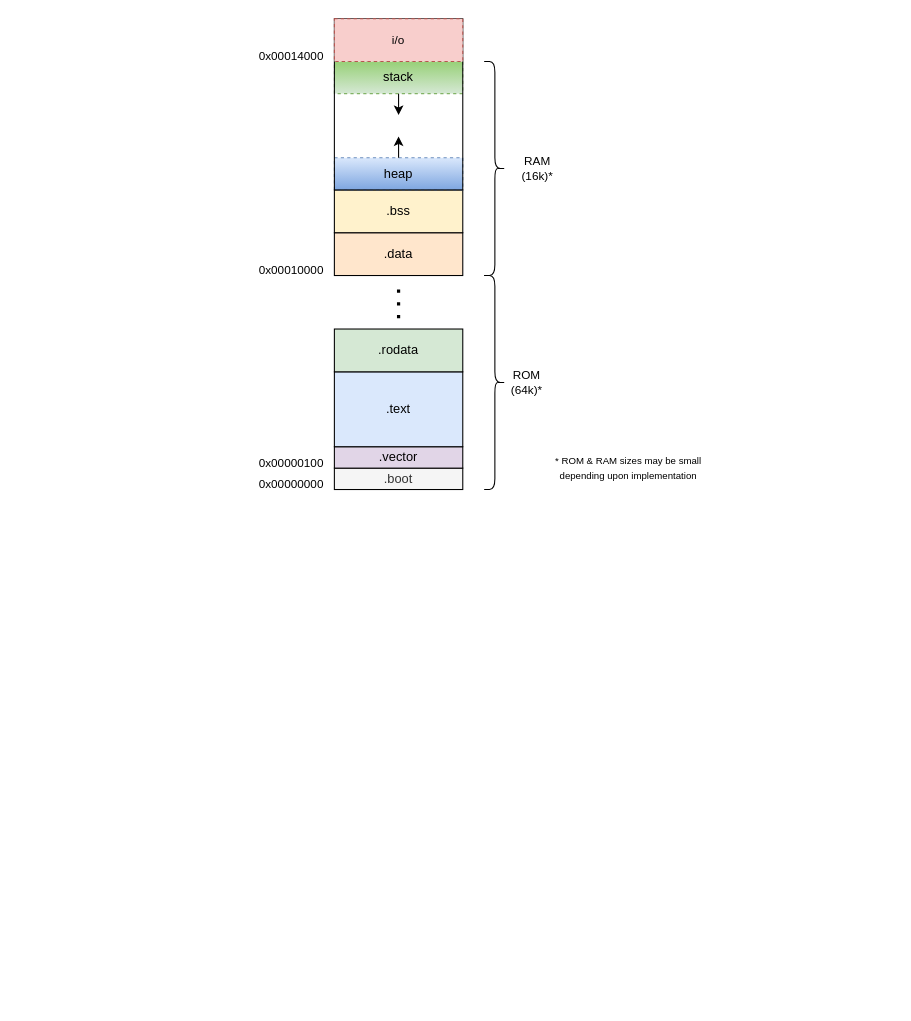
saursin/riscv-atom keeps this draw.io diagram as docs/diagrams/memory_map.drawio. Above is the earlier version. Source tidied: cells renumbered, new cells numbered last; positions are measured from the earlier drawing's top-left corner, leaving out a move shared by most shapes. Both pictures are drawn from the tidied source at 107%, with x=0, y=0 at pixel (259, 18).
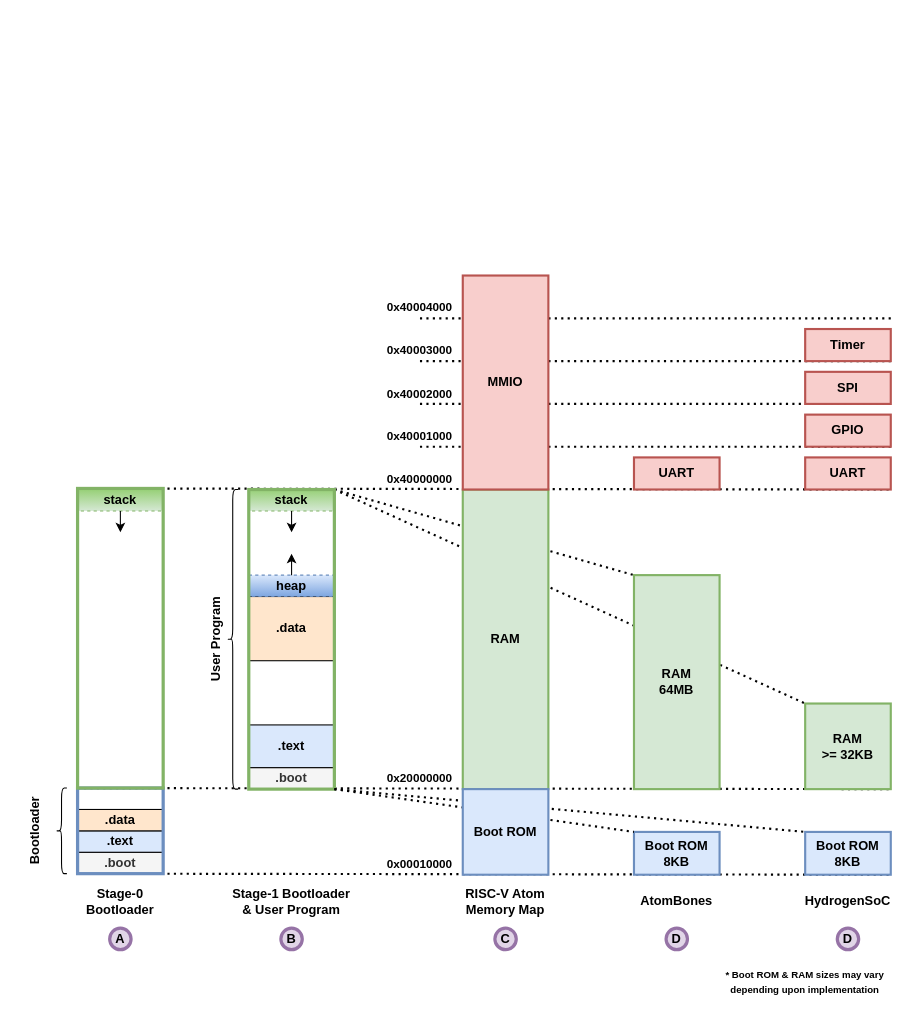
After the change.

Change to the diagram source:
```diff
@@
+    <mxCell id="13" value="&lt;font style=&quot;font-size: 11px;&quot;&gt;0x00010000&lt;/font&gt;" style="text;html=1;strokeColor=none;fillColor=none;align=center;verticalAlign=middle;whiteSpace=wrap;rounded=0;dashed=1;fontSize=11;fontStyle=1;" parent="1" vertex="1">
+      <mxGeometry x="120" y="780" width="60" height="20" as="geometry" />
+    </mxCell>
+    <mxCell id="15" value="&lt;font style=&quot;font-size: 11px&quot;&gt;0x40001000&lt;/font&gt;" style="text;html=1;strokeColor=none;fillColor=none;align=center;verticalAlign=middle;whiteSpace=wrap;rounded=0;dashed=1;fontStyle=1;" parent="1" vertex="1">
+      <mxGeometry x="120" y="380" width="60" height="19" as="geometry" />
+    </mxCell>
+    <mxCell id="23" value="&lt;font style=&quot;font-size: 9px&quot;&gt;* Boot ROM &amp;amp; RAM sizes may vary depending upon implementation&lt;/font&gt;" style="text;html=1;strokeColor=none;fillColor=none;align=center;verticalAlign=middle;whiteSpace=wrap;rounded=0;fontSize=11;fontStyle=1;" parent="1" vertex="1">
+      <mxGeometry x="430" y="880" width="160" height="40" as="geometry" />
+    </mxCell>
+    <mxCell id="24" value="&lt;font style=&quot;font-size: 11px;&quot;&gt;0x20000000&lt;/font&gt;" style="text;html=1;strokeColor=none;fillColor=none;align=center;verticalAlign=middle;whiteSpace=wrap;rounded=0;dashed=1;fontSize=11;fontStyle=1;" parent="1" vertex="1">
+      <mxGeometry x="120" y="700" width="60" height="20" as="geometry" />
+    </mxCell>
+    <mxCell id="25" value="&lt;font style=&quot;font-size: 11px;&quot;&gt;0x40000000&lt;/font&gt;" style="text;html=1;strokeColor=none;fillColor=none;align=center;verticalAlign=middle;whiteSpace=wrap;rounded=0;dashed=1;fontSize=11;fontStyle=1;" parent="1" vertex="1">
+      <mxGeometry x="120" y="420" width="60" height="19" as="geometry" />
+    </mxCell>
+    <mxCell id="26" style="endArrow=none;dashed=1;html=1;strokeWidth=2;rounded=0;entryX=1;entryY=1;entryDx=0;entryDy=0;dashPattern=1 2;exitX=0;exitY=1;exitDx=0;exitDy=0;fontStyle=1;" parent="1" edge="1" source="55" target="47">
+      <mxGeometry relative="1" as="geometry" />
+    </mxCell>
+    <mxCell id="27" style="endArrow=none;dashed=1;html=1;strokeWidth=2;rounded=0;entryX=1;entryY=1;entryDx=0;entryDy=0;exitX=0;exitY=0;exitDx=0;exitDy=0;dashPattern=1 2;fontStyle=1;" parent="1" edge="1" source="66" target="48">
+      <mxGeometry relative="1" as="geometry" />
+    </mxCell>
+    <mxCell id="28" value="Boot ROM&lt;br&gt;8KB" style="rounded=0;whiteSpace=wrap;html=1;fillColor=#dae8fc;strokeColor=#6c8ebf;strokeWidth=2;fontStyle=1;" parent="1" vertex="1">
+      <mxGeometry x="350" y="760" width="80" height="40" as="geometry" />
+    </mxCell>
+    <mxCell id="29" value="UART" style="rounded=0;whiteSpace=wrap;html=1;fillColor=#f8cecc;strokeColor=#b85450;strokeWidth=2;fontStyle=1;" parent="1" vertex="1">
+      <mxGeometry x="350" y="410" width="80" height="30" as="geometry" />
+    </mxCell>
+    <mxCell id="30" value="AtomBones" style="text;html=1;strokeColor=none;fillColor=none;align=center;verticalAlign=middle;whiteSpace=wrap;rounded=0;fontStyle=1;" parent="1" vertex="1">
+      <mxGeometry x="350" y="810" width="80" height="30" as="geometry" />
+    </mxCell>
+    <mxCell id="31" value="HydrogenSoC" style="text;html=1;strokeColor=none;fillColor=none;align=center;verticalAlign=middle;whiteSpace=wrap;rounded=0;fontStyle=1;" parent="1" vertex="1">
+      <mxGeometry x="510" y="810" width="80" height="30" as="geometry" />
+    </mxCell>
+    <mxCell id="32" value="RISC-V Atom&lt;br&gt;Memory Map" style="text;html=1;strokeColor=none;fillColor=none;align=center;verticalAlign=middle;whiteSpace=wrap;rounded=0;fontStyle=1;" parent="1" vertex="1">
+      <mxGeometry x="190" y="810" width="80" height="30" as="geometry" />
+    </mxCell>
+    <mxCell id="33" style="endArrow=none;dashed=1;html=1;strokeWidth=2;rounded=0;entryX=1;entryY=1;entryDx=0;entryDy=0;exitX=0;exitY=1;exitDx=0;exitDy=0;dashPattern=1 2;fontStyle=1;" parent="1" edge="1" source="66" target="34">
+      <mxGeometry relative="1" as="geometry" />
+    </mxCell>
+    <mxCell id="34" value="RAM&lt;br&gt;&amp;gt;= 32KB" style="rounded=0;whiteSpace=wrap;html=1;fillColor=#d5e8d4;strokeColor=#82b366;strokeWidth=2;fontStyle=1;" parent="1" vertex="1">
+      <mxGeometry x="510" y="640" width="80" height="80" as="geometry" />
+    </mxCell>
+    <mxCell id="4" value=".text" style="rounded=0;whiteSpace=wrap;html=1;fillColor=#dae8fc;fontStyle=1;" parent="1" vertex="1">
+      <mxGeometry x="-10" y="660" width="80" height="40" as="geometry" />
+    </mxCell>
-    <mxCell id="2" value=".boot" style="rounded=0;whiteSpace=wrap;html=1;fillColor=#f5f5f5;fontColor=#333333;" parent="1" vertex="1">
-      <mxGeometry x="70" y="420" width="120" height="20" as="geometry" />
+    <mxCell id="2" value=".boot" style="rounded=0;whiteSpace=wrap;html=1;fillColor=#f5f5f5;fontColor=#333333;fontStyle=1;" parent="1" vertex="1">
+      <mxGeometry x="-10" y="700" width="80" height="20" as="geometry" />
     </mxCell>
-    <mxCell id="3" value=".vector" style="rounded=0;whiteSpace=wrap;html=1;fillColor=#e1d5e7;" parent="1" vertex="1">
-      <mxGeometry x="70" y="400" width="120" height="20" as="geometry" />
-    </mxCell>
-    <mxCell id="4" value=".text" style="rounded=0;whiteSpace=wrap;html=1;fillColor=#dae8fc;" parent="1" vertex="1">
-      <mxGeometry x="70" y="330" width="120" height="70" as="geometry" />
-    </mxCell>
-    <mxCell id="5" value=".rodata" style="rounded=0;whiteSpace=wrap;html=1;fillColor=#d5e8d4;" parent="1" vertex="1">
-      <mxGeometry x="70" y="290" width="120" height="40" as="geometry" />
-    </mxCell>
-    <mxCell id="6" value=".data" style="rounded=0;whiteSpace=wrap;html=1;fillColor=#ffe6cc;" parent="1" vertex="1">
-      <mxGeometry x="70" y="200" width="120" height="40" as="geometry" />
+    <mxCell id="6" value=".data" style="rounded=0;whiteSpace=wrap;html=1;fillColor=#ffe6cc;fontStyle=1;" parent="1" vertex="1">
+      <mxGeometry x="-10" y="540" width="80" height="60" as="geometry" />
     </mxCell>
-    <mxCell id="7" value=".bss" style="rounded=0;whiteSpace=wrap;html=1;fillColor=#fff2cc;" parent="1" vertex="1">
-      <mxGeometry x="70" y="160" width="120" height="40" as="geometry" />
-    </mxCell>
+    <mxCell id="9" value="stack" style="rounded=0;whiteSpace=wrap;html=1;dashed=1;gradientColor=#97d077;fillColor=#d5e8d4;strokeColor=#82b366;gradientDirection=north;fontStyle=1;" parent="1" vertex="1">
+      <mxGeometry x="-10" y="440" width="80" height="20" as="geometry" />
+    </mxCell>
+    <mxCell id="12" style="endArrow=classic;html=1;exitX=0.5;exitY=1;exitDx=0;exitDy=0;fontStyle=1;" parent="1" edge="1" source="9">
+      <mxGeometry relative="1" as="geometry">
+        <mxPoint x="30" y="480" as="targetPoint" />
+      </mxGeometry>
+    </mxCell>
-    <mxCell id="8" value="heap" style="rounded=0;whiteSpace=wrap;html=1;dashed=1;gradientColor=#7ea6e0;fillColor=#dae8fc;strokeColor=#6c8ebf;" parent="1" vertex="1">
-      <mxGeometry x="70" y="130" width="120" height="30" as="geometry" />
+    <mxCell id="8" value="heap" style="rounded=0;whiteSpace=wrap;html=1;dashed=1;gradientColor=#7ea6e0;fillColor=#dae8fc;strokeColor=#6c8ebf;fontStyle=1;" parent="1" vertex="1">
+      <mxGeometry x="-10" y="520" width="80" height="20" as="geometry" />
     </mxCell>
-    <mxCell id="9" value="stack" style="rounded=0;whiteSpace=wrap;html=1;dashed=1;gradientColor=#97d077;fillColor=#d5e8d4;strokeColor=#82b366;gradientDirection=north;" parent="1" vertex="1">
-      <mxGeometry x="70" y="40" width="120" height="30" as="geometry" />
-    </mxCell>
-    <mxCell id="10" style="rounded=0;whiteSpace=wrap;html=1;fillColor=none;" parent="1" vertex="1">
-      <mxGeometry x="70" width="120" height="160" as="geometry" />
-    </mxCell>
-    <mxCell id="11" style="endArrow=classic;html=1;exitX=0.5;exitY=0;exitDx=0;exitDy=0;" parent="1" edge="1" source="8">
+    <mxCell id="11" style="endArrow=classic;html=1;exitX=0.5;exitY=0;exitDx=0;exitDy=0;fontStyle=1;" parent="1" edge="1" source="8">
       <mxGeometry relative="1" as="geometry">
-        <mxPoint x="130" y="110" as="targetPoint" />
+        <mxPoint x="30" y="500" as="targetPoint" />
       </mxGeometry>
     </mxCell>
-    <mxCell id="12" style="endArrow=classic;html=1;exitX=0.5;exitY=1;exitDx=0;exitDy=0;" parent="1" edge="1" source="9">
-      <mxGeometry relative="1" as="geometry">
-        <mxPoint x="130" y="90" as="targetPoint" />
-      </mxGeometry>
-    </mxCell>
-    <mxCell id="13" value="&lt;font style=&quot;font-size: 11px;&quot;&gt;0x00000000&lt;/font&gt;" style="text;html=1;strokeColor=none;fillColor=none;align=center;verticalAlign=middle;whiteSpace=wrap;rounded=0;dashed=1;fontSize=11;" parent="1" vertex="1">
-      <mxGeometry y="430" width="60" height="10" as="geometry" />
-    </mxCell>
-    <mxCell id="14" value="&lt;font style=&quot;font-size: 11px;&quot;&gt;0x00000100&lt;/font&gt;" style="text;html=1;strokeColor=none;fillColor=none;align=center;verticalAlign=middle;whiteSpace=wrap;rounded=0;dashed=1;fontSize=11;" parent="1" vertex="1">
-      <mxGeometry y="410" width="60" height="10" as="geometry" />
-    </mxCell>
-    <mxCell id="15" value="&lt;font style=&quot;font-size: 11px&quot;&gt;0x00010000&lt;/font&gt;" style="text;html=1;strokeColor=none;fillColor=none;align=center;verticalAlign=middle;whiteSpace=wrap;rounded=0;dashed=1;" parent="1" vertex="1">
-      <mxGeometry y="230" width="60" height="10" as="geometry" />
-    </mxCell>
-    <mxCell id="16" value="&lt;font style=&quot;font-size: 11px&quot;&gt;0x00014000&lt;/font&gt;" style="text;html=1;strokeColor=none;fillColor=none;align=center;verticalAlign=middle;whiteSpace=wrap;rounded=0;dashed=1;" parent="1" vertex="1">
-      <mxGeometry y="30" width="60" height="10" as="geometry" />
-    </mxCell>
-    <mxCell id="17" style="endArrow=none;dashed=1;html=1;dashPattern=1 3;strokeWidth=3;fontSize=11;" parent="1" edge="1">
-      <mxGeometry relative="1" as="geometry">
-        <mxPoint x="130" y="280" as="sourcePoint" />
-        <mxPoint x="130" y="250" as="targetPoint" />
-      </mxGeometry>
-    </mxCell>
-    <mxCell id="18" value="i/o" style="rounded=0;whiteSpace=wrap;html=1;dashed=1;fontSize=11;strokeColor=#b85450;fillColor=#f8cecc;" parent="1" vertex="1">
-      <mxGeometry x="70" width="120" height="40" as="geometry" />
-    </mxCell>
-    <mxCell id="19" style="shape=curlyBracket;whiteSpace=wrap;html=1;rounded=1;flipH=1;fontSize=11;strokeColor=#000000;fillColor=none;" parent="1" vertex="1">
-      <mxGeometry x="210" y="240" width="20" height="200" as="geometry" />
-    </mxCell>
-    <mxCell id="20" style="shape=curlyBracket;whiteSpace=wrap;html=1;rounded=1;flipH=1;fontSize=11;strokeColor=#000000;fillColor=none;" parent="1" vertex="1">
-      <mxGeometry x="210" y="40" width="20" height="200" as="geometry" />
-    </mxCell>
-    <mxCell id="21" value="RAM (16k)*" style="text;html=1;strokeColor=none;fillColor=none;align=center;verticalAlign=middle;whiteSpace=wrap;rounded=0;fontSize=11;" parent="1" vertex="1">
-      <mxGeometry x="240" y="130" width="40" height="20" as="geometry" />
-    </mxCell>
-    <mxCell id="22" value="ROM (64k)*" style="text;html=1;strokeColor=none;fillColor=none;align=center;verticalAlign=middle;whiteSpace=wrap;rounded=0;fontSize=11;" parent="1" vertex="1">
-      <mxGeometry x="230" y="330" width="40" height="20" as="geometry" />
-    </mxCell>
-    <mxCell id="23" value="&lt;font style=&quot;font-size: 9px&quot;&gt;* ROM &amp;amp; RAM sizes may be small depending upon implementation&lt;/font&gt;" style="text;html=1;strokeColor=none;fillColor=none;align=center;verticalAlign=middle;whiteSpace=wrap;rounded=0;fontSize=11;" parent="1" vertex="1">
-      <mxGeometry x="270" y="400" width="150" height="40" as="geometry" />
-    </mxCell>
+    <mxCell id="35" style="endArrow=none;dashed=1;html=1;dashPattern=1 2;strokeWidth=2;rounded=0;exitX=1;exitY=0;exitDx=0;exitDy=0;entryX=0;entryY=0;entryDx=0;entryDy=0;fontStyle=1;" parent="1" edge="1" source="9" target="38">
+      <mxGeometry relative="1" as="geometry" />
+    </mxCell>
+    <mxCell id="36" style="endArrow=none;dashed=1;html=1;dashPattern=1 2;strokeWidth=2;rounded=0;entryX=0;entryY=0;entryDx=0;entryDy=0;exitX=1;exitY=0;exitDx=0;exitDy=0;fontStyle=1;" parent="1" edge="1" source="9" target="34">
+      <mxGeometry relative="1" as="geometry" />
+    </mxCell>
+    <mxCell id="37" value="RAM" style="rounded=0;whiteSpace=wrap;html=1;fillColor=#d5e8d4;strokeColor=#82b366;strokeWidth=2;fontStyle=1;" parent="1" vertex="1">
+      <mxGeometry x="190" y="440" width="80" height="280" as="geometry" />
+    </mxCell>
+    <mxCell id="38" value="RAM&lt;br&gt;64MB" style="rounded=0;whiteSpace=wrap;html=1;fillColor=#d5e8d4;strokeColor=#82b366;strokeWidth=2;fontStyle=1;" parent="1" vertex="1">
+      <mxGeometry x="350" y="520" width="80" height="200" as="geometry" />
+    </mxCell>
+    <mxCell id="39" value="&lt;font style=&quot;font-size: 11px&quot;&gt;0x40002000&lt;/font&gt;" style="text;html=1;strokeColor=none;fillColor=none;align=center;verticalAlign=middle;whiteSpace=wrap;rounded=0;dashed=1;fontStyle=1;" parent="1" vertex="1">
+      <mxGeometry x="120" y="341" width="60" height="19" as="geometry" />
+    </mxCell>
+    <mxCell id="40" value="&lt;font style=&quot;font-size: 11px&quot;&gt;0x40003000&lt;/font&gt;" style="text;html=1;strokeColor=none;fillColor=none;align=center;verticalAlign=middle;whiteSpace=wrap;rounded=0;dashed=1;fontStyle=1;" parent="1" vertex="1">
+      <mxGeometry x="120" y="300.5" width="60" height="19" as="geometry" />
+    </mxCell>
+    <mxCell id="41" value="&lt;font style=&quot;font-size: 11px&quot;&gt;0x40004000&lt;/font&gt;" style="text;html=1;strokeColor=none;fillColor=none;align=center;verticalAlign=middle;whiteSpace=wrap;rounded=0;dashed=1;fontStyle=1;" parent="1" vertex="1">
+      <mxGeometry x="120" y="260" width="60" height="19" as="geometry" />
+    </mxCell>
+    <mxCell id="42" style="endArrow=none;dashed=1;html=1;strokeWidth=2;rounded=0;entryX=1;entryY=1;entryDx=0;entryDy=0;dashPattern=1 2;fontStyle=1;" parent="1" edge="1" target="49">
+      <mxGeometry relative="1" as="geometry">
+        <mxPoint x="150" y="400" as="sourcePoint" />
+      </mxGeometry>
+    </mxCell>
+    <mxCell id="43" style="endArrow=none;dashed=1;html=1;strokeWidth=2;rounded=0;dashPattern=1 2;entryX=1;entryY=1;entryDx=0;entryDy=0;fontStyle=1;" parent="1" edge="1" target="50">
+      <mxGeometry relative="1" as="geometry">
+        <mxPoint x="150" y="360" as="sourcePoint" />
+      </mxGeometry>
+    </mxCell>
+    <mxCell id="44" style="endArrow=none;dashed=1;html=1;strokeWidth=2;rounded=0;dashPattern=1 2;entryX=1;entryY=1;entryDx=0;entryDy=0;fontStyle=1;" parent="1" edge="1" target="51">
+      <mxGeometry relative="1" as="geometry">
+        <mxPoint x="150" y="320" as="sourcePoint" />
+      </mxGeometry>
+    </mxCell>
+    <mxCell id="45" style="endArrow=none;dashed=1;html=1;strokeWidth=2;rounded=0;dashPattern=1 2;fontStyle=1;" parent="1" edge="1">
+      <mxGeometry relative="1" as="geometry">
+        <mxPoint x="150" y="280" as="sourcePoint" />
+        <mxPoint x="590" y="280" as="targetPoint" />
+      </mxGeometry>
+    </mxCell>
+    <mxCell id="46" value="MMIO" style="rounded=0;whiteSpace=wrap;html=1;fillColor=#f8cecc;strokeColor=#b85450;strokeWidth=2;fontStyle=1;" parent="1" vertex="1">
+      <mxGeometry x="190" y="240" width="80" height="200" as="geometry" />
+    </mxCell>
+    <mxCell id="47" value="Boot ROM&lt;br&gt;8KB" style="rounded=0;whiteSpace=wrap;html=1;fillColor=#dae8fc;strokeColor=#6c8ebf;strokeWidth=2;fontStyle=1;" parent="1" vertex="1">
+      <mxGeometry x="510" y="760" width="80" height="40" as="geometry" />
+    </mxCell>
+    <mxCell id="48" value="UART" style="rounded=0;whiteSpace=wrap;html=1;fillColor=#f8cecc;strokeColor=#b85450;strokeWidth=2;fontStyle=1;" parent="1" vertex="1">
+      <mxGeometry x="510" y="410" width="80" height="30" as="geometry" />
+    </mxCell>
+    <mxCell id="49" value="GPIO" style="rounded=0;whiteSpace=wrap;html=1;fillColor=#f8cecc;strokeColor=#b85450;strokeWidth=2;fontStyle=1;" parent="1" vertex="1">
+      <mxGeometry x="510" y="370" width="80" height="30" as="geometry" />
+    </mxCell>
+    <mxCell id="50" value="SPI" style="rounded=0;whiteSpace=wrap;html=1;fillColor=#f8cecc;strokeColor=#b85450;strokeWidth=2;fontStyle=1;" parent="1" vertex="1">
+      <mxGeometry x="510" y="330" width="80" height="30" as="geometry" />
+    </mxCell>
+    <mxCell id="51" value="Timer" style="rounded=0;whiteSpace=wrap;html=1;fillColor=#f8cecc;strokeColor=#b85450;strokeWidth=2;fontStyle=1;" parent="1" vertex="1">
+      <mxGeometry x="510" y="290" width="80" height="30" as="geometry" />
+    </mxCell>
+    <mxCell id="52" value=".boot" style="rounded=0;whiteSpace=wrap;html=1;fillColor=#f5f5f5;fontColor=#333333;fontStyle=1;" parent="1" vertex="1">
+      <mxGeometry x="-170" y="779" width="80" height="20" as="geometry" />
+    </mxCell>
+    <mxCell id="53" value=".text" style="rounded=0;whiteSpace=wrap;html=1;fillColor=#dae8fc;fontStyle=1;" parent="1" vertex="1">
+      <mxGeometry x="-170" y="759" width="80" height="20" as="geometry" />
+    </mxCell>
+    <mxCell id="54" value=".data" style="rounded=0;whiteSpace=wrap;html=1;fillColor=#ffe6cc;fontStyle=1;" parent="1" vertex="1">
+      <mxGeometry x="-170" y="739" width="80" height="20" as="geometry" />
+    </mxCell>
+    <mxCell id="55" style="whiteSpace=wrap;html=1;strokeWidth=3;fillColor=none;strokeColor=#6c8ebf;fontStyle=1;" parent="1" vertex="1">
+      <mxGeometry x="-170" y="719" width="80" height="80" as="geometry" />
+    </mxCell>
+    <mxCell id="56" style="rounded=0;whiteSpace=wrap;html=1;fillColor=none;strokeWidth=3;strokeColor=#82b366;shadow=0;fontStyle=1;" parent="1" vertex="1">
+      <mxGeometry x="-10" y="440" width="80" height="280" as="geometry" />
+    </mxCell>
+    <mxCell id="57" value="Bootloader" style="text;html=1;strokeColor=none;fillColor=none;align=center;verticalAlign=middle;whiteSpace=wrap;rounded=0;rotation=270;fontStyle=1;" parent="1" vertex="1">
+      <mxGeometry x="-240" y="744" width="60" height="30" as="geometry" />
+    </mxCell>
+    <mxCell id="58" value="User Program" style="text;html=1;strokeColor=none;fillColor=none;align=center;verticalAlign=middle;whiteSpace=wrap;rounded=0;rotation=270;fontStyle=1;" parent="1" vertex="1">
+      <mxGeometry x="-100" y="565" width="120" height="30" as="geometry" />
+    </mxCell>
+    <mxCell id="59" style="shape=curlyBracket;whiteSpace=wrap;html=1;rounded=1;labelPosition=left;verticalLabelPosition=middle;align=right;verticalAlign=middle;fontStyle=1;" parent="1" vertex="1">
+      <mxGeometry x="-190" y="719" width="10" height="80" as="geometry" />
+    </mxCell>
+    <mxCell id="60" style="shape=curlyBracket;whiteSpace=wrap;html=1;rounded=1;labelPosition=left;verticalLabelPosition=middle;align=right;verticalAlign=middle;fontStyle=1;" parent="1" vertex="1">
+      <mxGeometry x="-30" y="440" width="10" height="280" as="geometry" />
+    </mxCell>
+    <mxCell id="61" style="endArrow=none;dashed=1;html=1;dashPattern=1 2;strokeWidth=2;rounded=0;entryX=0;entryY=0;entryDx=0;entryDy=0;fontStyle=1;" parent="1" edge="1" target="28">
+      <mxGeometry relative="1" as="geometry">
+        <mxPoint x="70" y="720" as="sourcePoint" />
+      </mxGeometry>
+    </mxCell>
+    <mxCell id="62" style="endArrow=none;dashed=1;html=1;dashPattern=1 2;strokeWidth=2;rounded=0;entryX=0;entryY=0;entryDx=0;entryDy=0;exitX=1;exitY=1;exitDx=0;exitDy=0;fontStyle=1;" parent="1" edge="1" source="56" target="47">
+      <mxGeometry relative="1" as="geometry" />
+    </mxCell>
+    <mxCell id="63" value="Boot ROM" style="rounded=0;whiteSpace=wrap;html=1;fillColor=#dae8fc;strokeColor=#6c8ebf;strokeWidth=2;fontStyle=1;" parent="1" vertex="1">
+      <mxGeometry x="190" y="720" width="80" height="80" as="geometry" />
+    </mxCell>
+    <mxCell id="64" value="stack" style="rounded=0;whiteSpace=wrap;html=1;dashed=1;gradientColor=#97d077;fillColor=#d5e8d4;strokeColor=#82b366;gradientDirection=north;fontStyle=1;" parent="1" vertex="1">
+      <mxGeometry x="-170" y="440" width="80" height="20" as="geometry" />
+    </mxCell>
+    <mxCell id="65" style="endArrow=classic;html=1;exitX=0.5;exitY=1;exitDx=0;exitDy=0;fontStyle=1;" parent="1" edge="1" source="64">
+      <mxGeometry relative="1" as="geometry">
+        <mxPoint x="-130" y="480" as="targetPoint" />
+      </mxGeometry>
+    </mxCell>
+    <mxCell id="66" style="rounded=0;whiteSpace=wrap;html=1;fillColor=none;strokeWidth=3;strokeColor=#82b366;shadow=0;fontStyle=1;" parent="1" vertex="1">
+      <mxGeometry x="-170" y="439" width="80" height="280" as="geometry" />
+    </mxCell>
+    <mxCell id="67" value="Stage-0 Bootloader" style="text;html=1;strokeColor=none;fillColor=none;align=center;verticalAlign=middle;whiteSpace=wrap;rounded=0;fontStyle=1;" parent="1" vertex="1">
+      <mxGeometry x="-160" y="810" width="60" height="30" as="geometry" />
+    </mxCell>
+    <mxCell id="68" value="Stage-1 Bootloader &amp;amp; User Program" style="text;html=1;strokeColor=none;fillColor=none;align=center;verticalAlign=middle;whiteSpace=wrap;rounded=0;fontStyle=1;" parent="1" vertex="1">
+      <mxGeometry x="-30" y="810" width="120" height="30" as="geometry" />
+    </mxCell>
+    <mxCell id="69" value="A" style="ellipse;whiteSpace=wrap;html=1;fillColor=#e1d5e7;strokeColor=#9673a6;fontStyle=1;strokeWidth=3;" parent="1" vertex="1">
+      <mxGeometry x="-140" y="850" width="20" height="20" as="geometry" />
+    </mxCell>
+    <mxCell id="70" value="C" style="ellipse;whiteSpace=wrap;html=1;fillColor=#e1d5e7;strokeColor=#9673a6;fontStyle=1;strokeWidth=3;" parent="1" vertex="1">
+      <mxGeometry x="220" y="850" width="20" height="20" as="geometry" />
+    </mxCell>
+    <mxCell id="71" value="B" style="ellipse;whiteSpace=wrap;html=1;fillColor=#e1d5e7;strokeColor=#9673a6;fontStyle=1;strokeWidth=3;" parent="1" vertex="1">
+      <mxGeometry x="20" y="850" width="20" height="20" as="geometry" />
+    </mxCell>
+    <mxCell id="72" value="D" style="ellipse;whiteSpace=wrap;html=1;fillColor=#e1d5e7;strokeColor=#9673a6;fontStyle=1;strokeWidth=3;" parent="1" vertex="1">
+      <mxGeometry x="380" y="850" width="20" height="20" as="geometry" />
+    </mxCell>
+    <mxCell id="73" value="D" style="ellipse;whiteSpace=wrap;html=1;fillColor=#e1d5e7;strokeColor=#9673a6;fontStyle=1;strokeWidth=3;" parent="1" vertex="1">
+      <mxGeometry x="540" y="850" width="20" height="20" as="geometry" />
+    </mxCell>
```
